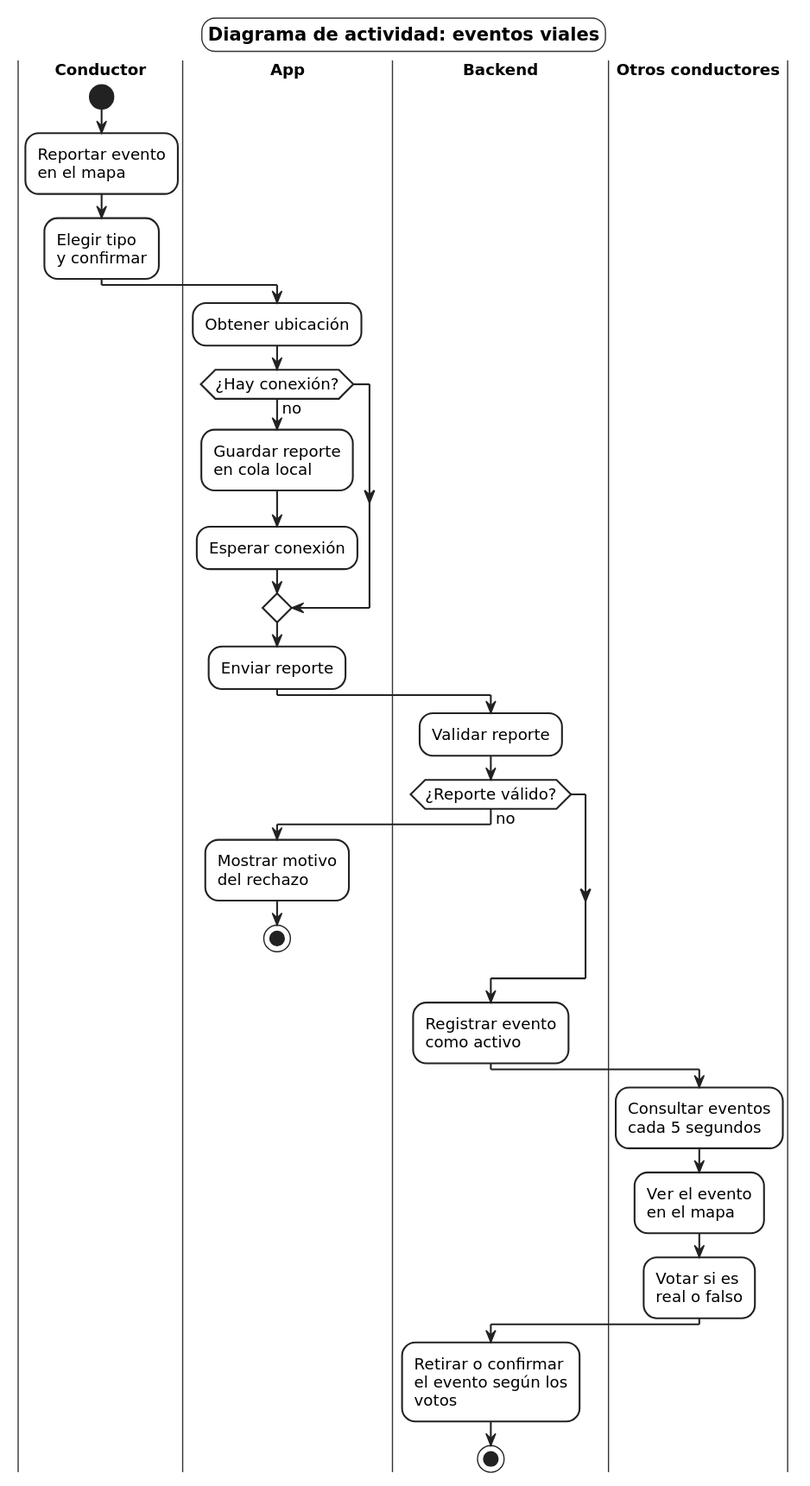
Above: 03_des/DiagramasPrueba/De Actividades/ACT-02_EventosViales.svg in uniWASD/ChuroViajeInterno (PlantUML), before the change.
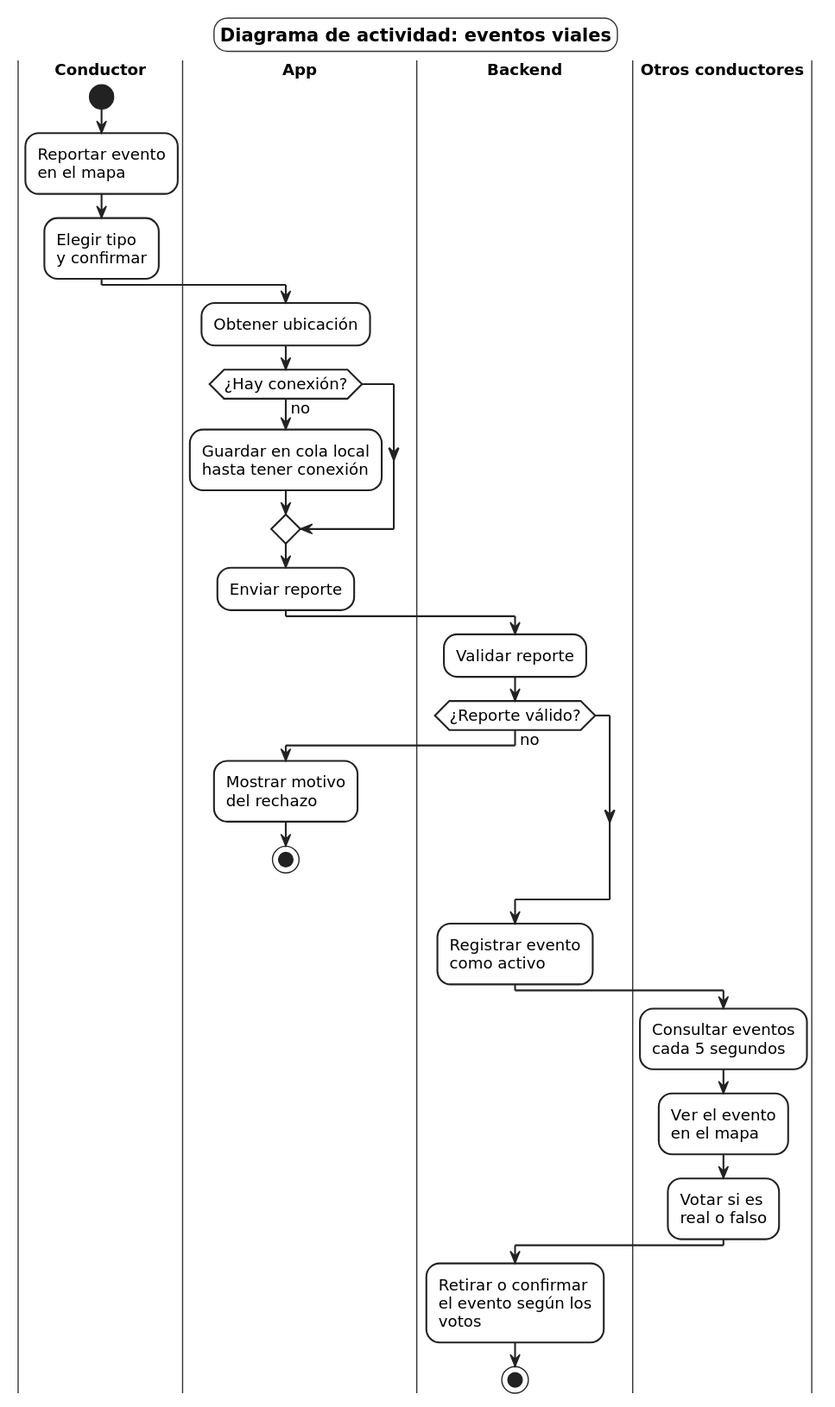
The same diagram one commit later.

The edit, as a diff of the source:
```diff
@@ -39,8 +39,7 @@
 |App|
 :Obtener ubicación;
 if (¿Hay conexión?) then (no)
-  :Guardar reporte\nen cola local;
-  :Esperar conexión;
+  :Guardar en cola local\nhasta tener conexión;
 endif
 :Enviar reporte;
 |Backend|
```
